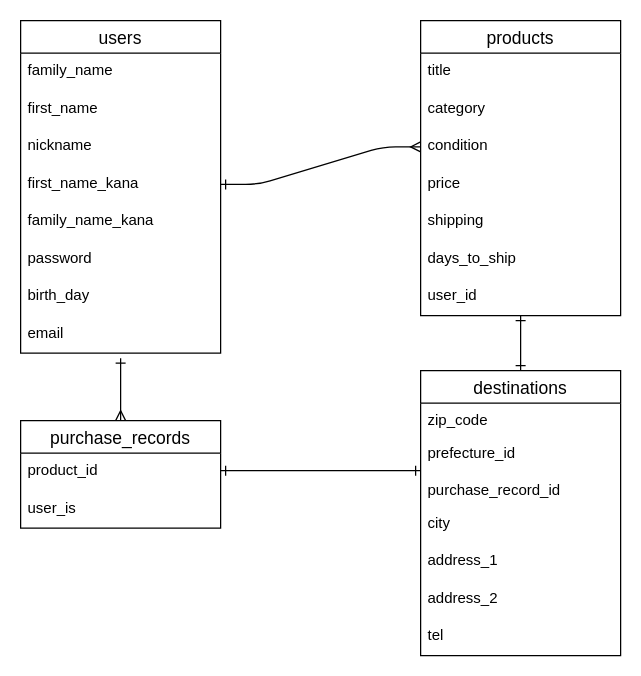
jukayamashita/furima-38494 keeps this draw.io diagram as page "ページ1" (1 of 2) of test.dio. Above is the earlier version. Source tidied: cells renumbered, new cells numbered last; positions are measured from the earlier drawing's top-left corner, leaving out a move shared by most shapes. Both pictures are drawn from the tidied source at 125%, with x=0, y=0 at pixel (20, 20).
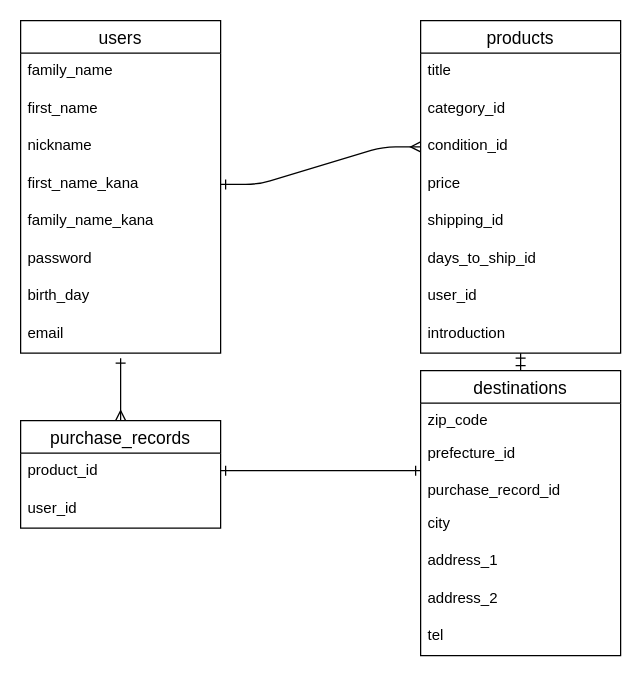
Above is the later version.

The change refers to these unchanged cells:
```xml
<mxCell id="29" value="purchase_records" style="swimlane;fontStyle=0;horizontal=1;startSize=26;align=center;fontSize=14;" parent="1" vertex="1">
  <mxGeometry y="320" width="160" height="86" as="geometry" />
</mxCell>
```

Change to the diagram source:
```diff
@@
     <mxCell id="12" value="products" style="swimlane;fontStyle=0;horizontal=1;startSize=26;align=center;fontSize=14;" parent="1" vertex="1">
-      <mxGeometry x="320" width="160" height="236" as="geometry" />
+      <mxGeometry x="320" width="160" height="266" as="geometry" />
     </mxCell>
@@
-    <mxCell id="14" value="category" style="text;strokeColor=none;fillColor=none;spacingLeft=4;spacingRight=4;overflow=hidden;fontSize=12;" parent="12" vertex="1">
+    <mxCell id="14" value="category_id" style="text;strokeColor=none;fillColor=none;spacingLeft=4;spacingRight=4;overflow=hidden;fontSize=12;" parent="12" vertex="1">
       <mxGeometry y="56" width="160" height="30" as="geometry" />
     </mxCell>
-    <mxCell id="15" value="condition" style="text;strokeColor=none;fillColor=none;spacingLeft=4;spacingRight=4;overflow=hidden;points=[[0,0.5],[1,0.5]];portConstraint=eastwest;fontSize=12;" parent="12" vertex="1">
+    <mxCell id="15" value="condition_id" style="text;strokeColor=none;fillColor=none;spacingLeft=4;spacingRight=4;overflow=hidden;points=[[0,0.5],[1,0.5]];portConstraint=eastwest;fontSize=12;" parent="12" vertex="1">
       <mxGeometry y="86" width="160" height="30" as="geometry" />
     </mxCell>
@@
-    <mxCell id="17" value="shipping" style="text;strokeColor=none;fillColor=none;spacingLeft=4;spacingRight=4;overflow=hidden;fontSize=12;" parent="12" vertex="1">
+    <mxCell id="17" value="shipping_id" style="text;strokeColor=none;fillColor=none;spacingLeft=4;spacingRight=4;overflow=hidden;fontSize=12;" parent="12" vertex="1">
       <mxGeometry y="146" width="160" height="30" as="geometry" />
     </mxCell>
-    <mxCell id="18" value="days_to_ship" style="text;strokeColor=none;fillColor=none;spacingLeft=4;spacingRight=4;overflow=hidden;fontSize=12;" parent="12" vertex="1">
+    <mxCell id="18" value="days_to_ship_id" style="text;strokeColor=none;fillColor=none;spacingLeft=4;spacingRight=4;overflow=hidden;fontSize=12;" parent="12" vertex="1">
       <mxGeometry y="176" width="160" height="30" as="geometry" />
     </mxCell>
@@
+    <mxCell id="34" value="introduction" style="text;strokeColor=none;fillColor=none;spacingLeft=4;spacingRight=4;overflow=hidden;fontSize=12;" parent="12" vertex="1">
+      <mxGeometry y="236" width="160" height="30" as="geometry" />
+    </mxCell>
@@
-    <mxCell id="31" value="user_is" style="text;strokeColor=none;fillColor=none;spacingLeft=4;spacingRight=4;overflow=hidden;fontSize=12;" parent="29" vertex="1">
+    <mxCell id="31" value="user_id" style="text;strokeColor=none;fillColor=none;spacingLeft=4;spacingRight=4;overflow=hidden;fontSize=12;" parent="29" vertex="1">
       <mxGeometry y="56" width="160" height="30" as="geometry" />
     </mxCell>
```
